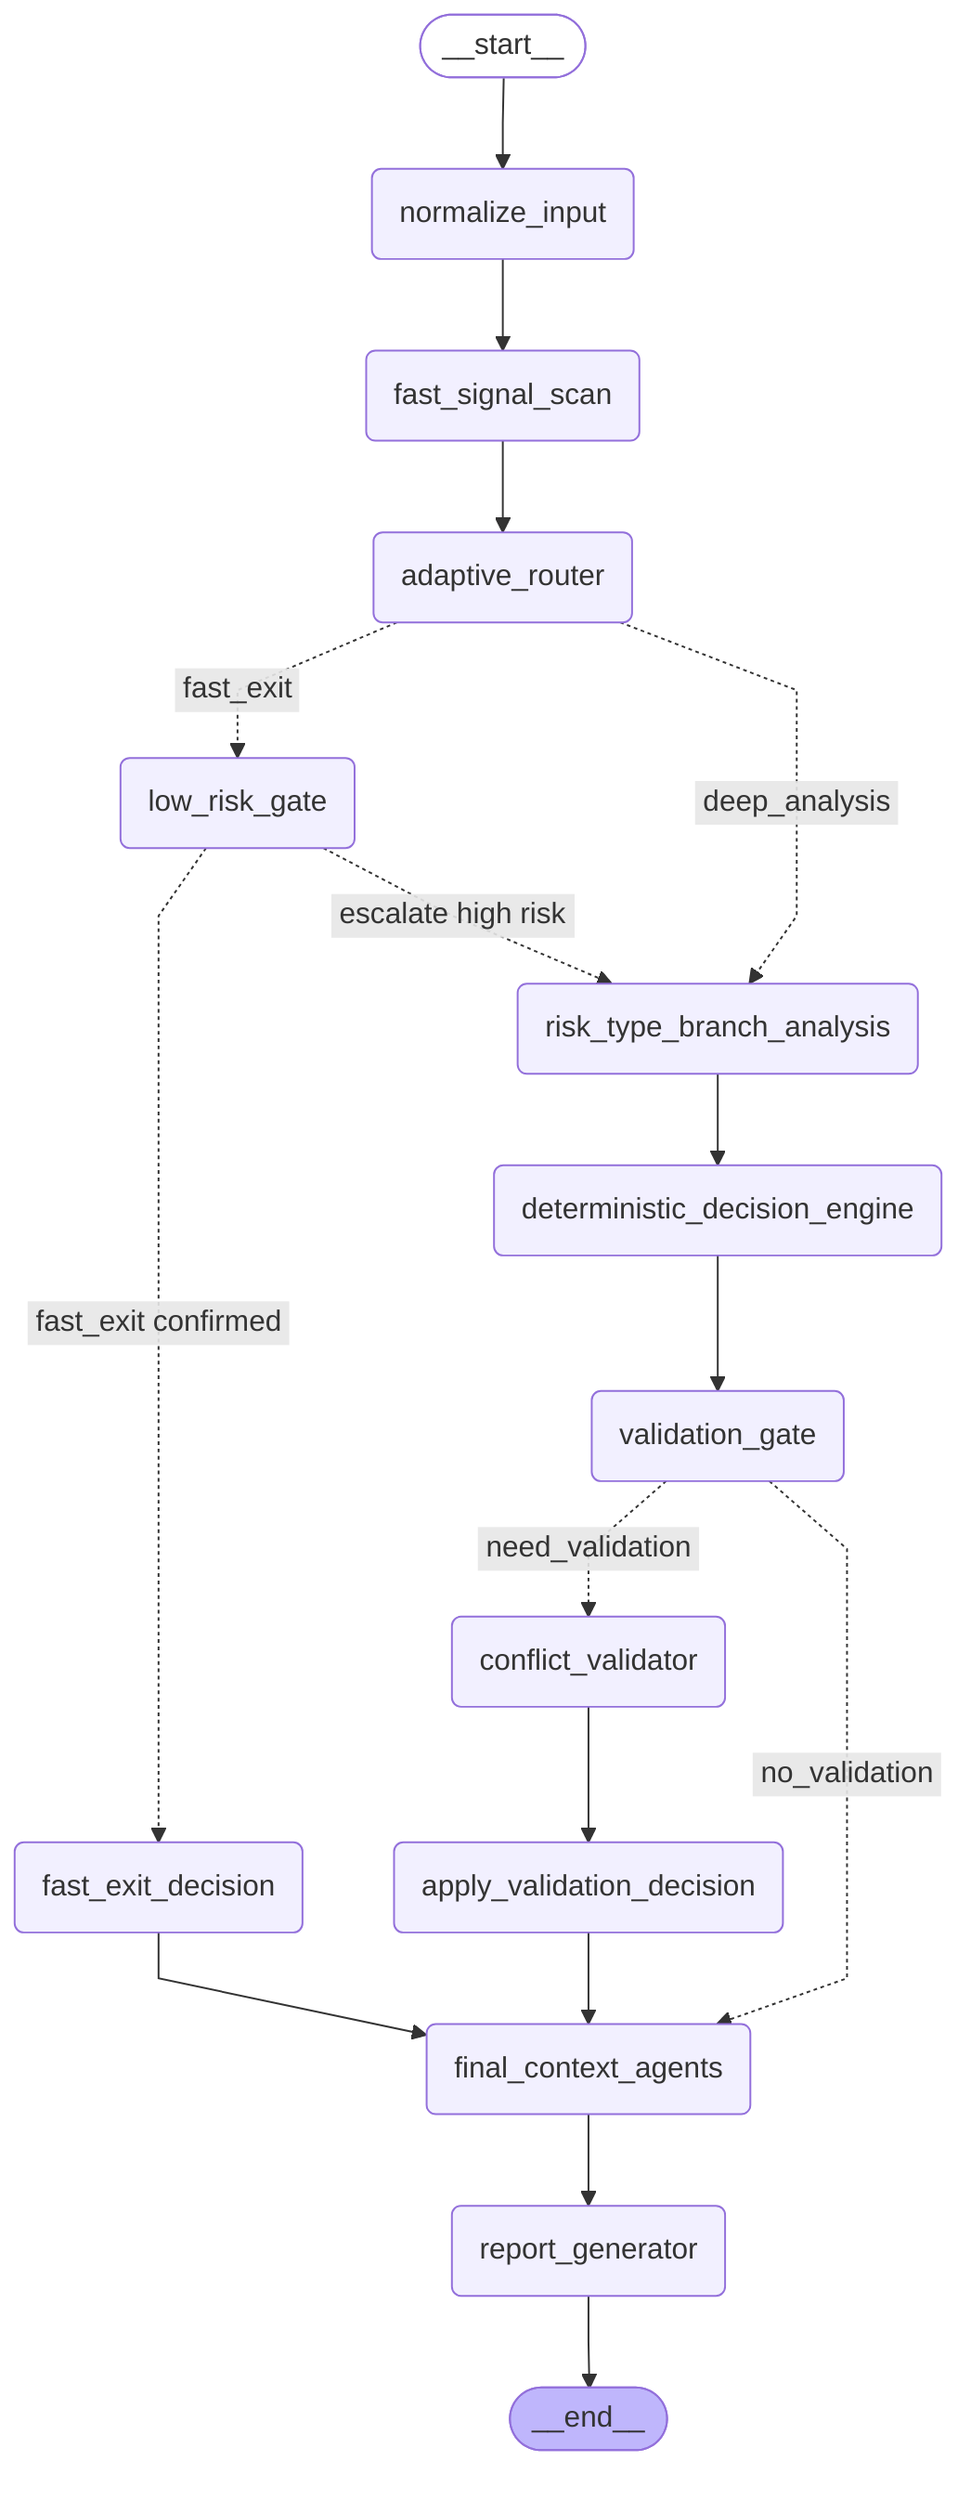
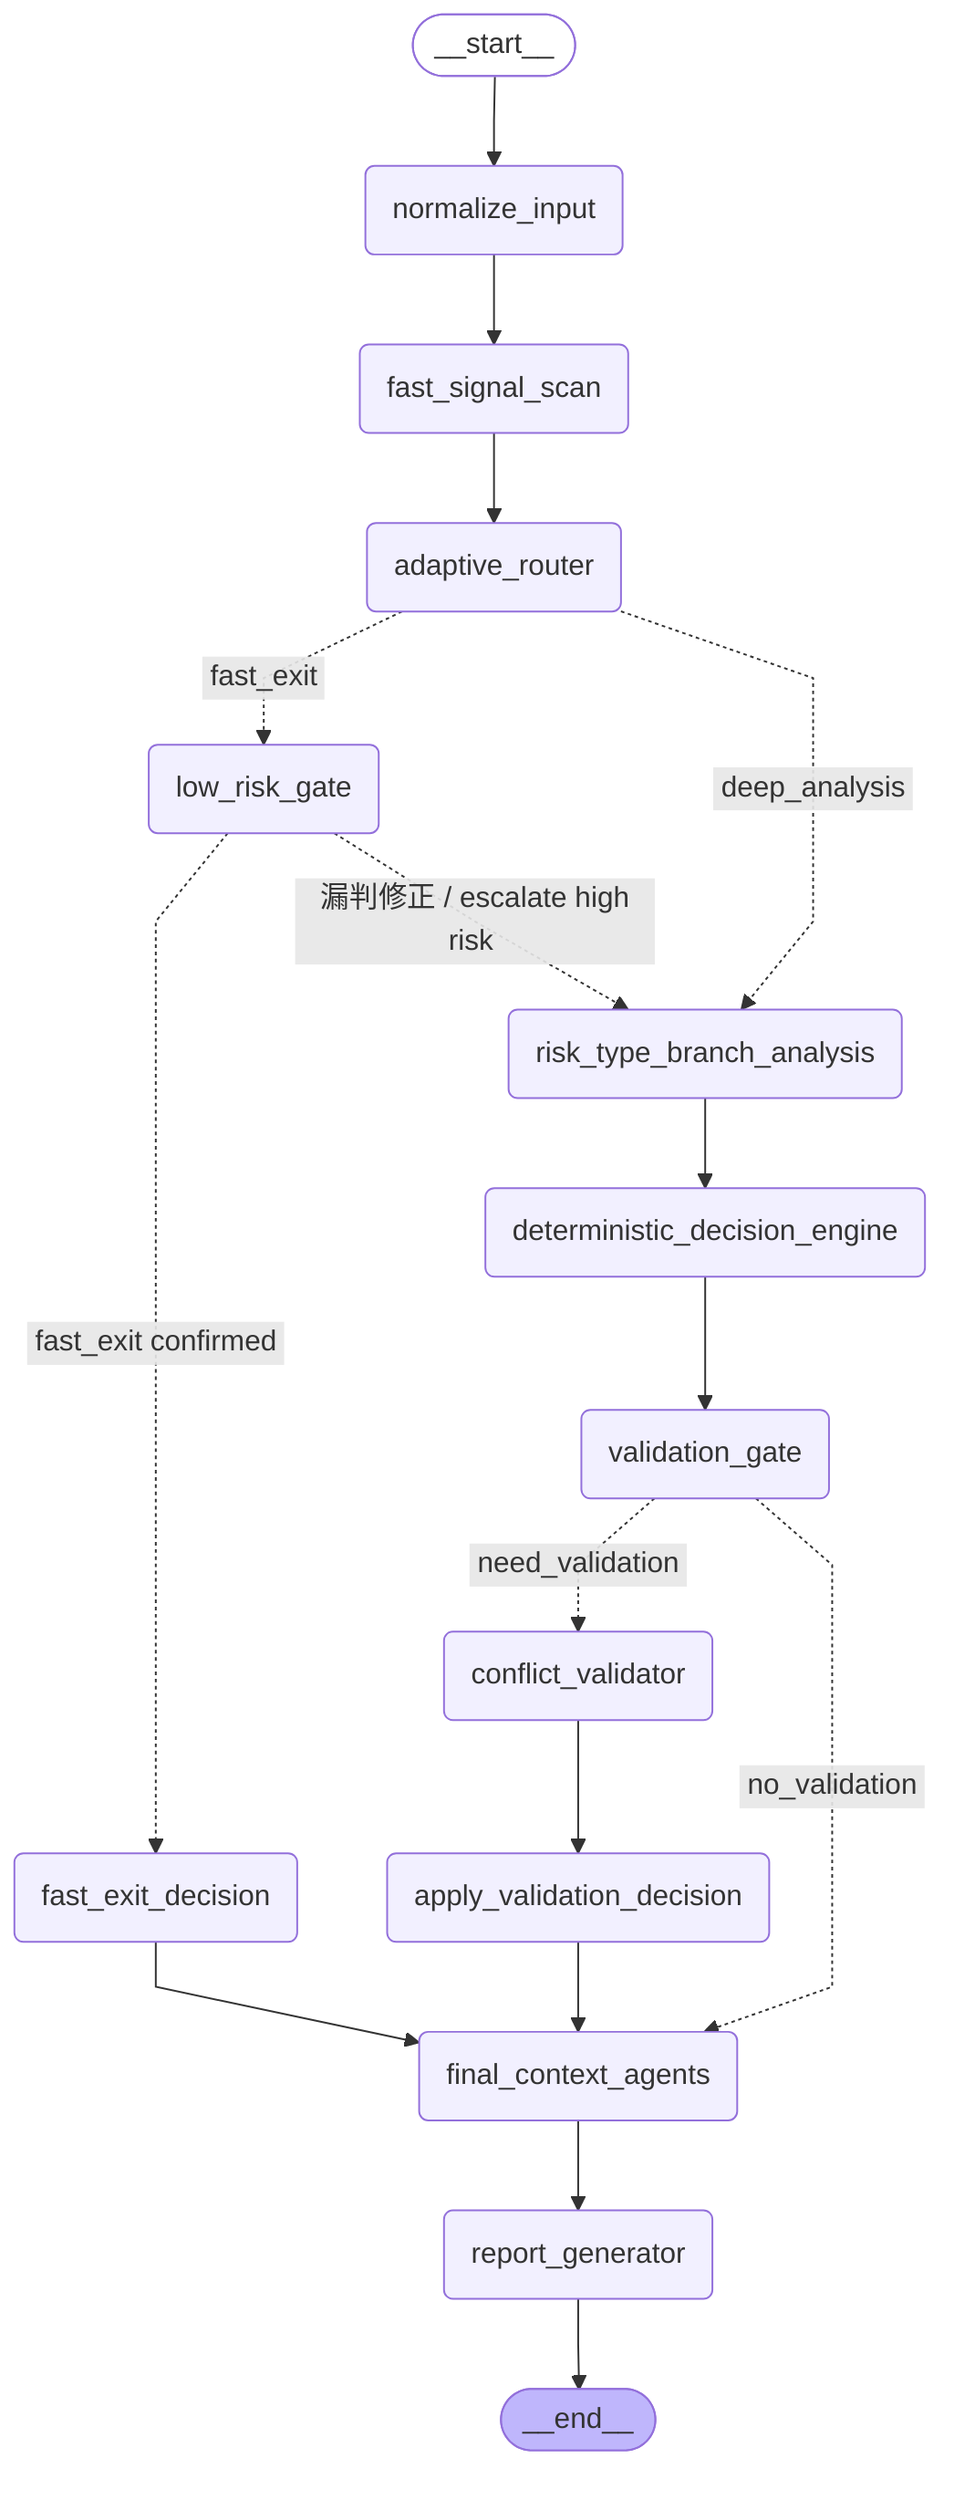
---
config:
  flowchart:
    curve: linear
---
graph TD;
	__start__([<p>__start__</p>]):::first
	normalize_input(normalize_input)
	fast_signal_scan(fast_signal_scan)
	adaptive_router(adaptive_router)
	low_risk_gate(low_risk_gate)
	fast_exit_decision(fast_exit_decision)
	risk_type_branch_analysis(risk_type_branch_analysis)
	deterministic_decision_engine(deterministic_decision_engine)
	validation_gate(validation_gate)
	conflict_validator(conflict_validator)
	apply_validation_decision(apply_validation_decision)
	final_context_agents(final_context_agents)
	report_generator(report_generator)
	__end__([<p>__end__</p>]):::last
	__start__ --> normalize_input;
	normalize_input --> fast_signal_scan;
	fast_signal_scan --> adaptive_router;
	adaptive_router -. &nbsp;fast_exit&nbsp; .-> low_risk_gate;
	adaptive_router -. &nbsp;deep_analysis&nbsp; .-> risk_type_branch_analysis;
	low_risk_gate -. &nbsp;fast_exit confirmed&nbsp; .-> fast_exit_decision;
- 	low_risk_gate -. &nbsp;escalate high risk&nbsp; .-> risk_type_branch_analysis;
+ 	low_risk_gate -. &nbsp;漏判修正 / escalate high risk&nbsp; .-> risk_type_branch_analysis;
	fast_exit_decision --> final_context_agents;
	risk_type_branch_analysis --> deterministic_decision_engine;
	deterministic_decision_engine --> validation_gate;
	validation_gate -. &nbsp;need_validation&nbsp; .-> conflict_validator;
	validation_gate -. &nbsp;no_validation&nbsp; .-> final_context_agents;
	conflict_validator --> apply_validation_decision;
	apply_validation_decision --> final_context_agents;
	final_context_agents --> report_generator;
	report_generator --> __end__;
	classDef default fill:#f2f0ff,line-height:1.2
	classDef first fill-opacity:0
	classDef last fill:#bfb6fc
